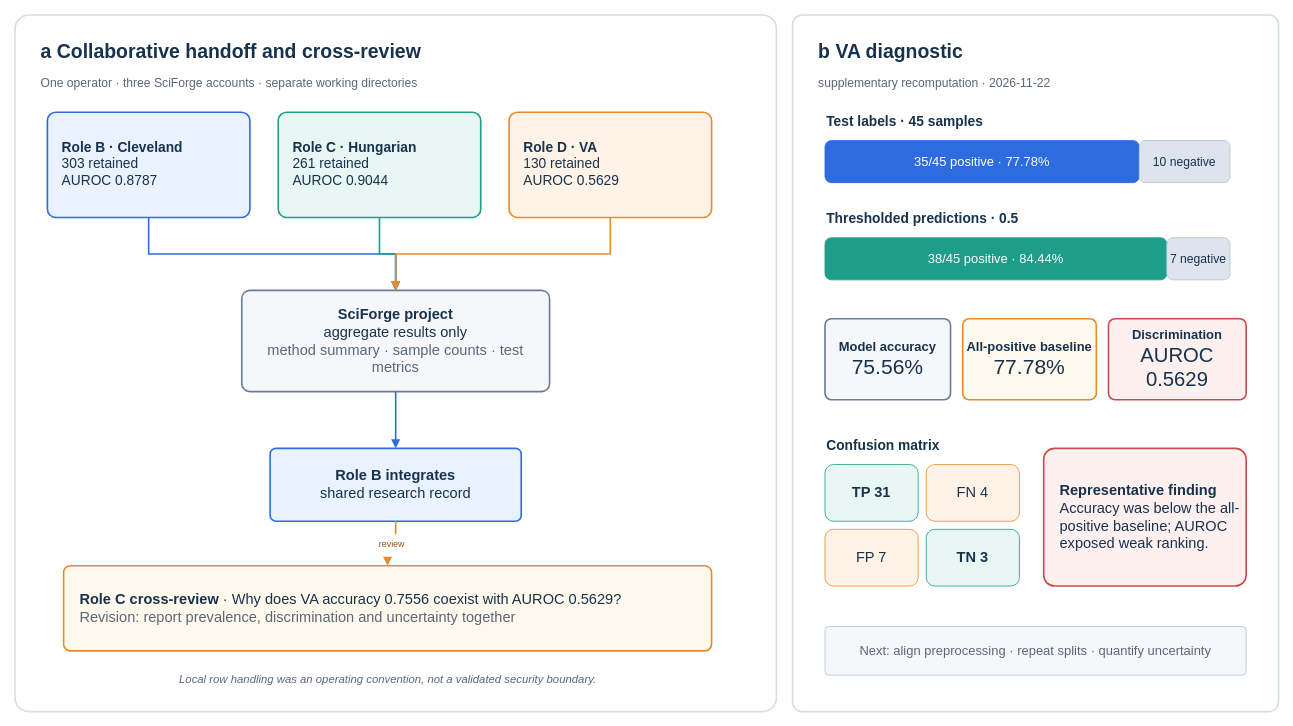
Earlier version of the draw.io diagram paper/case-02-heart-disease/figures/fig5_heart_disease.drawio (MultiHugo/sciforge-heart-disease-collaboration). Source tidied: cells renumbered, new cells numbered last; positions are measured from the earlier drawing's top-left corner, leaving out a move shared by most shapes. Both pictures are drawn from the tidied source at 81%, with x=0, y=0 at pixel (15, 15).
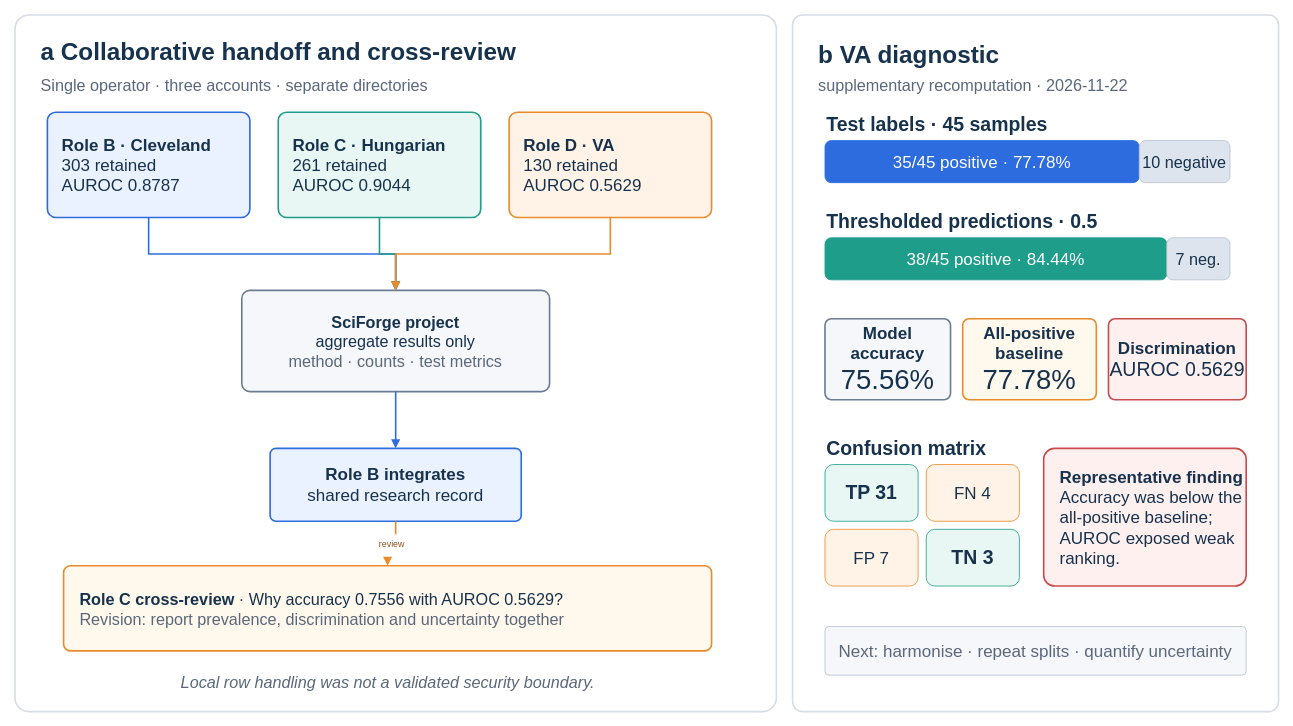
The same page after the edit.

Commit message (it also covers changes not shown here):
test: harden Heart Disease case verification

Change to the diagram source:
```diff
@@
-    <mxCell id="4" value="&lt;b&gt;a  Collaborative handoff and cross-review&lt;/b&gt;" style="text;html=1;strokeColor=none;fillColor=none;align=left;verticalAlign=middle;fontSize=24;fontColor=#17324D;" parent="1" vertex="1">
-      <mxGeometry x="30" y="25" width="600" height="40" as="geometry" />
+    <mxCell id="4" value="&lt;b&gt;a  Collaborative handoff and cross-review&lt;/b&gt;" style="text;html=1;strokeColor=none;fillColor=none;align=left;verticalAlign=middle;fontSize=30;fontColor=#17324D;" parent="1" vertex="1">
+      <mxGeometry x="30" y="25" width="700" height="40" as="geometry" />
     </mxCell>
-    <mxCell id="5" value="One operator · three SciForge accounts · separate working directories" style="text;html=1;strokeColor=none;fillColor=none;align=left;fontSize=15;fontColor=#5B677A;" parent="1" vertex="1">
+    <mxCell id="5" value="Single operator · three accounts · separate directories" style="text;html=1;strokeColor=none;fillColor=none;align=left;fontSize=20;fontColor=#5B677A;" parent="1" vertex="1">
       <mxGeometry x="30" y="68" width="650" height="30" as="geometry" />
     </mxCell>
-    <mxCell id="6" value="&lt;b&gt;Role B · Cleveland&lt;/b&gt;&lt;br&gt;303 retained&lt;br&gt;AUROC 0.8787" style="rounded=1;whiteSpace=wrap;html=1;fillColor=#EAF1FF;strokeColor=#2D6CDF;strokeWidth=2;arcSize=8;fontSize=17;fontColor=#17324D;align=left;spacingLeft=16;verticalAlign=middle;" parent="1" vertex="1">
+    <mxCell id="6" value="&lt;b&gt;Role B · Cleveland&lt;/b&gt;&lt;br&gt;303 retained&lt;br&gt;AUROC 0.8787" style="rounded=1;whiteSpace=wrap;html=1;fillColor=#EAF1FF;strokeColor=#2D6CDF;strokeWidth=2;arcSize=8;fontSize=21;fontColor=#17324D;align=left;spacingLeft=16;verticalAlign=middle;" parent="1" vertex="1">
       <mxGeometry x="40" y="120" width="250" height="130" as="geometry" />
     </mxCell>
-    <mxCell id="7" value="&lt;b&gt;Role C · Hungarian&lt;/b&gt;&lt;br&gt;261 retained&lt;br&gt;AUROC 0.9044" style="rounded=1;whiteSpace=wrap;html=1;fillColor=#E8F7F4;strokeColor=#1F9D8B;strokeWidth=2;arcSize=8;fontSize=17;fontColor=#17324D;align=left;spacingLeft=16;verticalAlign=middle;" parent="1" vertex="1">
+    <mxCell id="7" value="&lt;b&gt;Role C · Hungarian&lt;/b&gt;&lt;br&gt;261 retained&lt;br&gt;AUROC 0.9044" style="rounded=1;whiteSpace=wrap;html=1;fillColor=#E8F7F4;strokeColor=#1F9D8B;strokeWidth=2;arcSize=8;fontSize=21;fontColor=#17324D;align=left;spacingLeft=16;verticalAlign=middle;" parent="1" vertex="1">
       <mxGeometry x="325" y="120" width="250" height="130" as="geometry" />
     </mxCell>
-    <mxCell id="8" value="&lt;b&gt;Role D · VA&lt;/b&gt;&lt;br&gt;130 retained&lt;br&gt;AUROC 0.5629" style="rounded=1;whiteSpace=wrap;html=1;fillColor=#FFF3E8;strokeColor=#E98B2A;strokeWidth=2;arcSize=8;fontSize=17;fontColor=#17324D;align=left;spacingLeft=16;verticalAlign=middle;" parent="1" vertex="1">
+    <mxCell id="8" value="&lt;b&gt;Role D · VA&lt;/b&gt;&lt;br&gt;130 retained&lt;br&gt;AUROC 0.5629" style="rounded=1;whiteSpace=wrap;html=1;fillColor=#FFF3E8;strokeColor=#E98B2A;strokeWidth=2;arcSize=8;fontSize=21;fontColor=#17324D;align=left;spacingLeft=16;verticalAlign=middle;" parent="1" vertex="1">
       <mxGeometry x="610" y="120" width="250" height="130" as="geometry" />
     </mxCell>
-    <mxCell id="9" value="&lt;b&gt;SciForge project&lt;/b&gt;&lt;br&gt;aggregate results only&lt;br&gt;&lt;font color=&quot;#5B677A&quot;&gt;method summary · sample counts · test metrics&lt;/font&gt;" style="rounded=1;whiteSpace=wrap;html=1;fillColor=#F5F7FA;strokeColor=#6B7C93;strokeWidth=2;arcSize=8;fontSize=18;fontColor=#17324D;" parent="1" vertex="1">
+    <mxCell id="9" value="&lt;b&gt;SciForge project&lt;/b&gt;&lt;br&gt;aggregate results only&lt;br&gt;&lt;font color=&quot;#5B677A&quot;&gt;method · counts · test metrics&lt;/font&gt;" style="rounded=1;whiteSpace=wrap;html=1;fillColor=#F5F7FA;strokeColor=#6B7C93;strokeWidth=2;arcSize=8;fontSize=20;fontColor=#17324D;" parent="1" vertex="1">
       <mxGeometry x="280" y="340" width="380" height="125" as="geometry" />
     </mxCell>
-    <mxCell id="10" value="&lt;b&gt;Role B integrates&lt;/b&gt;&lt;br&gt;shared research record" style="rounded=1;whiteSpace=wrap;html=1;fillColor=#EAF1FF;strokeColor=#2D6CDF;strokeWidth=2;arcSize=8;fontSize=18;fontColor=#17324D;" parent="1" vertex="1">
+    <mxCell id="10" value="&lt;b&gt;Role B integrates&lt;/b&gt;&lt;br&gt;shared research record" style="rounded=1;whiteSpace=wrap;html=1;fillColor=#EAF1FF;strokeColor=#2D6CDF;strokeWidth=2;arcSize=8;fontSize=21;fontColor=#17324D;" parent="1" vertex="1">
       <mxGeometry x="315" y="535" width="310" height="90" as="geometry" />
     </mxCell>
-    <mxCell id="11" value="&lt;b&gt;Role C cross-review&lt;/b&gt; · Why does VA accuracy 0.7556 coexist with AUROC 0.5629?&lt;br&gt;&lt;font color=&quot;#5B677A&quot;&gt;Revision: report prevalence, discrimination and uncertainty together&lt;/font&gt;" style="rounded=1;whiteSpace=wrap;html=1;fillColor=#FFF8EC;strokeColor=#E98B2A;strokeWidth=2;arcSize=8;fontSize=18;fontColor=#17324D;align=left;spacingLeft=18;" parent="1" vertex="1">
+    <mxCell id="11" value="&lt;b&gt;Role C cross-review&lt;/b&gt; · Why accuracy 0.7556 with AUROC 0.5629?&lt;br&gt;&lt;font color=&quot;#5B677A&quot;&gt;Revision: report prevalence, discrimination and uncertainty together&lt;/font&gt;" style="rounded=1;whiteSpace=wrap;html=1;fillColor=#FFF8EC;strokeColor=#E98B2A;strokeWidth=2;arcSize=8;fontSize=20;fontColor=#17324D;align=left;spacingLeft=18;" parent="1" vertex="1">
       <mxGeometry x="60" y="680" width="800" height="105" as="geometry" />
     </mxCell>
-    <mxCell id="12" value="Local row handling was an operating convention, not a validated security boundary." style="text;html=1;strokeColor=none;fillColor=none;align=center;fontSize=14;fontColor=#5B677A;fontStyle=2;" parent="1" vertex="1">
+    <mxCell id="12" value="Local row handling was not a validated security boundary." style="text;html=1;strokeColor=none;fillColor=none;align=center;fontSize=20;fontColor=#5B677A;fontStyle=2;" parent="1" vertex="1">
       <mxGeometry x="90" y="805" width="740" height="30" as="geometry" />
     </mxCell>
@@
-    <mxCell id="18" value="&lt;b&gt;b  VA diagnostic&lt;/b&gt;" style="text;html=1;strokeColor=none;fillColor=none;align=left;fontSize=24;fontColor=#17324D;" parent="1" vertex="1">
+    <mxCell id="18" value="&lt;b&gt;b  VA diagnostic&lt;/b&gt;" style="text;html=1;strokeColor=none;fillColor=none;align=left;fontSize=30;fontColor=#17324D;" parent="1" vertex="1">
       <mxGeometry x="990" y="25" width="300" height="40" as="geometry" />
     </mxCell>
-    <mxCell id="19" value="supplementary recomputation · 2026-11-22" style="text;html=1;strokeColor=none;fillColor=none;align=left;fontSize=15;fontColor=#5B677A;" parent="1" vertex="1">
-      <mxGeometry x="990" y="68" width="420" height="30" as="geometry" />
+    <mxCell id="19" value="supplementary recomputation · 2026-11-22" style="text;html=1;strokeColor=none;fillColor=none;align=left;fontSize=20;fontColor=#5B677A;" parent="1" vertex="1">
+      <mxGeometry x="990" y="68" width="500" height="30" as="geometry" />
     </mxCell>
-    <mxCell id="20" value="&lt;b&gt;Test labels · 45 samples&lt;/b&gt;" style="text;html=1;strokeColor=none;fillColor=none;align=left;fontSize=17;fontColor=#17324D;" parent="1" vertex="1">
+    <mxCell id="20" value="&lt;b&gt;Test labels · 45 samples&lt;/b&gt;" style="text;html=1;strokeColor=none;fillColor=none;align=left;fontSize=24;fontColor=#17324D;" parent="1" vertex="1">
       <mxGeometry x="1000" y="115" width="350" height="30" as="geometry" />
     </mxCell>
-    <mxCell id="21" value="35/45 positive · 77.78%" style="rounded=1;whiteSpace=wrap;html=1;fillColor=#2D6CDF;strokeColor=#2D6CDF;fontColor=#FFFFFF;fontSize=16;" parent="1" vertex="1">
+    <mxCell id="21" value="35/45 positive · 77.78%" style="rounded=1;whiteSpace=wrap;html=1;fillColor=#2D6CDF;strokeColor=#2D6CDF;fontColor=#FFFFFF;fontSize=21;" parent="1" vertex="1">
       <mxGeometry x="1000" y="155" width="388" height="52" as="geometry" />
     </mxCell>
-    <mxCell id="22" value="10 negative" style="rounded=1;whiteSpace=wrap;html=1;fillColor=#DDE4ED;strokeColor=#B6C1CF;fontColor=#17324D;fontSize=15;" parent="1" vertex="1">
+    <mxCell id="22" value="10 negative" style="rounded=1;whiteSpace=wrap;html=1;fillColor=#DDE4ED;strokeColor=#B6C1CF;fontColor=#17324D;fontSize=20;" parent="1" vertex="1">
       <mxGeometry x="1388" y="155" width="112" height="52" as="geometry" />
     </mxCell>
-    <mxCell id="23" value="&lt;b&gt;Thresholded predictions · 0.5&lt;/b&gt;" style="text;html=1;strokeColor=none;fillColor=none;align=left;fontSize=17;fontColor=#17324D;" parent="1" vertex="1">
+    <mxCell id="23" value="&lt;b&gt;Thresholded predictions · 0.5&lt;/b&gt;" style="text;html=1;strokeColor=none;fillColor=none;align=left;fontSize=24;fontColor=#17324D;" parent="1" vertex="1">
       <mxGeometry x="1000" y="235" width="400" height="30" as="geometry" />
     </mxCell>
-    <mxCell id="24" value="38/45 positive · 84.44%" style="rounded=1;whiteSpace=wrap;html=1;fillColor=#1F9D8B;strokeColor=#1F9D8B;fontColor=#FFFFFF;fontSize=16;" parent="1" vertex="1">
+    <mxCell id="24" value="38/45 positive · 84.44%" style="rounded=1;whiteSpace=wrap;html=1;fillColor=#1F9D8B;strokeColor=#1F9D8B;fontColor=#FFFFFF;fontSize=21;" parent="1" vertex="1">
       <mxGeometry x="1000" y="275" width="422" height="52" as="geometry" />
     </mxCell>
-    <mxCell id="25" value="7 negative" style="rounded=1;whiteSpace=wrap;html=1;fillColor=#DDE4ED;strokeColor=#B6C1CF;fontColor=#17324D;fontSize=15;" parent="1" vertex="1">
+    <mxCell id="25" value="7 neg." style="rounded=1;whiteSpace=wrap;html=1;fillColor=#DDE4ED;strokeColor=#B6C1CF;fontColor=#17324D;fontSize=20;" parent="1" vertex="1">
       <mxGeometry x="1422" y="275" width="78" height="52" as="geometry" />
     </mxCell>
-    <mxCell id="26" value="&lt;b&gt;Model accuracy&lt;/b&gt;&lt;br&gt;&lt;font style=&quot;font-size:26px&quot;&gt;75.56%&lt;/font&gt;" style="rounded=1;whiteSpace=wrap;html=1;fillColor=#F5F7FA;strokeColor=#6B7C93;strokeWidth=2;arcSize=8;fontSize=16;fontColor=#17324D;" parent="1" vertex="1">
+    <mxCell id="26" value="&lt;b&gt;Model accuracy&lt;/b&gt;&lt;br&gt;&lt;font style=&quot;font-size:34px&quot;&gt;75.56%&lt;/font&gt;" style="rounded=1;whiteSpace=wrap;html=1;fillColor=#F5F7FA;strokeColor=#6B7C93;strokeWidth=2;arcSize=8;fontSize=21;fontColor=#17324D;" parent="1" vertex="1">
       <mxGeometry x="1000" y="375" width="155" height="100" as="geometry" />
     </mxCell>
-    <mxCell id="27" value="&lt;b&gt;All-positive baseline&lt;/b&gt;&lt;br&gt;&lt;font style=&quot;font-size:26px&quot;&gt;77.78%&lt;/font&gt;" style="rounded=1;whiteSpace=wrap;html=1;fillColor=#FFF8EC;strokeColor=#E98B2A;strokeWidth=2;arcSize=8;fontSize=16;fontColor=#17324D;" parent="1" vertex="1">
+    <mxCell id="27" value="&lt;b&gt;All-positive&lt;/b&gt;&lt;br&gt;&lt;b&gt;baseline&lt;/b&gt;&lt;br&gt;&lt;font style=&quot;font-size:34px&quot;&gt;77.78%&lt;/font&gt;" style="rounded=1;whiteSpace=wrap;html=1;fillColor=#FFF8EC;strokeColor=#E98B2A;strokeWidth=2;arcSize=8;fontSize=21;fontColor=#17324D;" parent="1" vertex="1">
       <mxGeometry x="1170" y="375" width="165" height="100" as="geometry" />
     </mxCell>
-    <mxCell id="28" value="&lt;b&gt;Discrimination&lt;/b&gt;&lt;br&gt;&lt;font style=&quot;font-size:25px&quot;&gt;AUROC 0.5629&lt;/font&gt;" style="rounded=1;whiteSpace=wrap;html=1;fillColor=#FFF0F0;strokeColor=#C94C4C;strokeWidth=2;arcSize=8;fontSize=16;fontColor=#17324D;" parent="1" vertex="1">
+    <mxCell id="28" value="&lt;b&gt;Discrimination&lt;/b&gt;&lt;br&gt;&lt;font style=&quot;font-size:24px&quot;&gt;AUROC 0.5629&lt;/font&gt;" style="rounded=1;whiteSpace=wrap;html=1;fillColor=#FFF0F0;strokeColor=#C94C4C;strokeWidth=2;arcSize=8;fontSize=21;fontColor=#17324D;" parent="1" vertex="1">
       <mxGeometry x="1350" y="375" width="170" height="100" as="geometry" />
     </mxCell>
-    <mxCell id="29" value="&lt;b&gt;Confusion matrix&lt;/b&gt;" style="text;html=1;strokeColor=none;fillColor=none;align=left;fontSize=17;fontColor=#17324D;" parent="1" vertex="1">
+    <mxCell id="29" value="&lt;b&gt;Confusion matrix&lt;/b&gt;" style="text;html=1;strokeColor=none;fillColor=none;align=left;fontSize=24;fontColor=#17324D;" parent="1" vertex="1">
       <mxGeometry x="1000" y="515" width="220" height="30" as="geometry" />
     </mxCell>
-    <mxCell id="30" value="&lt;b&gt;TP 31&lt;/b&gt;" style="rounded=1;whiteSpace=wrap;html=1;fillColor=#E8F7F4;strokeColor=#1F9D8B;fontSize=18;fontColor=#17324D;" parent="1" vertex="1">
+    <mxCell id="30" value="&lt;b&gt;TP 31&lt;/b&gt;" style="rounded=1;whiteSpace=wrap;html=1;fillColor=#E8F7F4;strokeColor=#1F9D8B;fontSize=24;fontColor=#17324D;" parent="1" vertex="1">
       <mxGeometry x="1000" y="555" width="115" height="70" as="geometry" />
     </mxCell>
-    <mxCell id="31" value="FN 4" style="rounded=1;whiteSpace=wrap;html=1;fillColor=#FFF3E8;strokeColor=#E98B2A;fontSize=18;fontColor=#17324D;" parent="1" vertex="1">
+    <mxCell id="31" value="FN 4" style="rounded=1;whiteSpace=wrap;html=1;fillColor=#FFF3E8;strokeColor=#E98B2A;fontSize=21;fontColor=#17324D;" parent="1" vertex="1">
       <mxGeometry x="1125" y="555" width="115" height="70" as="geometry" />
     </mxCell>
-    <mxCell id="32" value="FP 7" style="rounded=1;whiteSpace=wrap;html=1;fillColor=#FFF3E8;strokeColor=#E98B2A;fontSize=18;fontColor=#17324D;" parent="1" vertex="1">
+    <mxCell id="32" value="FP 7" style="rounded=1;whiteSpace=wrap;html=1;fillColor=#FFF3E8;strokeColor=#E98B2A;fontSize=21;fontColor=#17324D;" parent="1" vertex="1">
       <mxGeometry x="1000" y="635" width="115" height="70" as="geometry" />
     </mxCell>
-    <mxCell id="33" value="&lt;b&gt;TN 3&lt;/b&gt;" style="rounded=1;whiteSpace=wrap;html=1;fillColor=#E8F7F4;strokeColor=#1F9D8B;fontSize=18;fontColor=#17324D;" parent="1" vertex="1">
+    <mxCell id="33" value="&lt;b&gt;TN 3&lt;/b&gt;" style="rounded=1;whiteSpace=wrap;html=1;fillColor=#E8F7F4;strokeColor=#1F9D8B;fontSize=24;fontColor=#17324D;" parent="1" vertex="1">
       <mxGeometry x="1125" y="635" width="115" height="70" as="geometry" />
     </mxCell>
-    <mxCell id="34" value="&lt;b&gt;Representative finding&lt;/b&gt;&lt;br&gt;Accuracy was below the all-positive baseline; AUROC exposed weak ranking." style="rounded=1;whiteSpace=wrap;html=1;fillColor=#FFF0F0;strokeColor=#C94C4C;strokeWidth=2;arcSize=8;fontSize=18;fontColor=#17324D;align=left;spacingLeft=18;" parent="1" vertex="1">
+    <mxCell id="34" value="&lt;b&gt;Representative finding&lt;/b&gt;&lt;br&gt;Accuracy was below the all-positive baseline; AUROC exposed weak ranking." style="rounded=1;whiteSpace=wrap;html=1;fillColor=#FFF0F0;strokeColor=#C94C4C;strokeWidth=2;arcSize=8;fontSize=21;fontColor=#17324D;align=left;spacingLeft=18;" parent="1" vertex="1">
       <mxGeometry x="1270" y="535" width="250" height="170" as="geometry" />
     </mxCell>
-    <mxCell id="35" value="Next: align preprocessing · repeat splits · quantify uncertainty" style="rounded=1;whiteSpace=wrap;html=1;fillColor=#F5F7FA;strokeColor=#B6C1CF;arcSize=8;fontSize=16;fontColor=#5B677A;" parent="1" vertex="1">
+    <mxCell id="35" value="Next: harmonise · repeat splits · quantify uncertainty" style="rounded=1;whiteSpace=wrap;html=1;fillColor=#F5F7FA;strokeColor=#B6C1CF;arcSize=8;fontSize=21;fontColor=#5B677A;" parent="1" vertex="1">
       <mxGeometry x="1000" y="755" width="520" height="60" as="geometry" />
     </mxCell>
```
